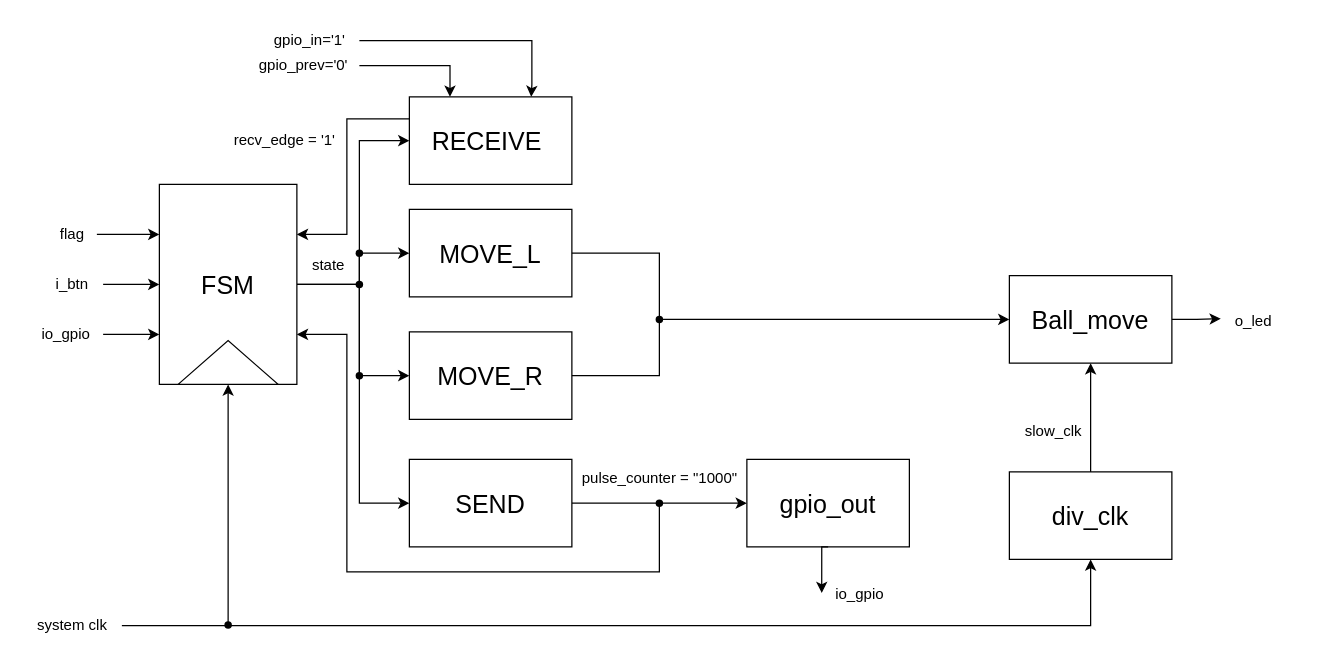
The draw.io diagram page "架構圖" (4 of 4) of 第九題.drawio in wsy0331/SOC_Lab_Exercises, before the edit. Source tidied: cells renumbered, new cells numbered last; positions are measured from the earlier drawing's top-left corner, leaving out a move shared by most shapes. Both pictures are drawn from the tidied source at 125%, with x=0, y=0 at pixel (21, 21).
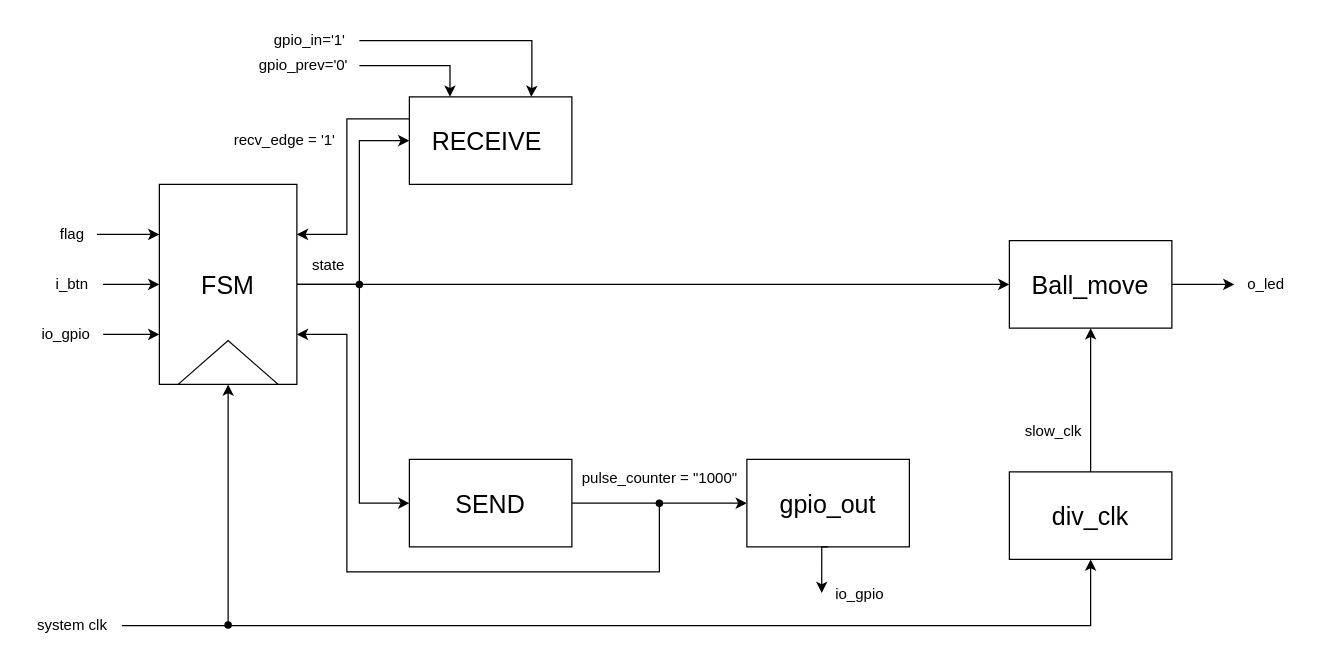
After the change.

Unchanged cells that the change refers to:
```xml
<mxCell id="22" style="shape=waypoint;sketch=0;size=6;points=[];fillColor=none;perimeter=centerPerimeter;snapToPoint=1;" parent="1" vertex="1">
  <mxGeometry x="260" y="200" width="20" height="20" as="geometry" />
</mxCell>
```

Diff of the diagram source:
```diff
@@
-    <mxCell id="11" style="edgeStyle=orthogonalEdgeStyle;rounded=0;jettySize=auto;html=1;entryX=-0.017;entryY=0.414;entryDx=0;entryDy=0;entryPerimeter=0;" parent="1" edge="1" source="12" target="13">
+    <mxCell id="11" style="edgeStyle=orthogonalEdgeStyle;rounded=0;jettySize=auto;html=1;exitX=1;exitY=0.5;exitDx=0;exitDy=0;" parent="1" edge="1" source="12" target="13">
       <mxGeometry relative="1" as="geometry" />
     </mxCell>
     <mxCell id="12" value="&lt;span style=&quot;font-size: 20px;&quot;&gt;Ball_move&lt;/span&gt;" style="rounded=0;whiteSpace=wrap;html=1;" parent="1" vertex="1">
-      <mxGeometry x="790" y="203" width="130" height="70" as="geometry" />
+      <mxGeometry x="790" y="175" width="130" height="70" as="geometry" />
     </mxCell>
     <mxCell id="13" value="o_led" style="text;html=1;align=center;verticalAlign=middle;points=[];strokeColor=none;fillColor=none;" parent="1" vertex="1">
-      <mxGeometry x="960" y="225" width="50" height="30" as="geometry" />
+      <mxGeometry x="970" y="195" width="50" height="30" as="geometry" />
     </mxCell>
@@
-    <mxCell id="20" style="edgeStyle=orthogonalEdgeStyle;rounded=0;jettySize=auto;html=1;" parent="1" edge="1" source="22" target="27">
-      <mxGeometry relative="1" as="geometry">
-        <Array as="points">
-          <mxPoint x="270" y="185" />
-        </Array>
-      </mxGeometry>
-    </mxCell>
-    <mxCell id="21" style="edgeStyle=orthogonalEdgeStyle;rounded=0;jettySize=auto;html=1;entryX=0;entryY=0.5;entryDx=0;entryDy=0;" parent="1" edge="1" source="32" target="29">
-      <mxGeometry relative="1" as="geometry">
-        <Array as="points">
-          <mxPoint x="270" y="283" />
-        </Array>
-      </mxGeometry>
-    </mxCell>
+    <mxCell id="50" style="edgeStyle=orthogonalEdgeStyle;rounded=0;jettySize=auto;html=1;entryX=0;entryY=0.5;entryDx=0;entryDy=0;" parent="1" edge="1" source="22" target="12">
+      <mxGeometry relative="1" as="geometry" />
+    </mxCell>
@@
-    <mxCell id="27" value="&lt;span style=&quot;text-wrap-mode: nowrap;&quot;&gt;&lt;font style=&quot;font-size: 20px;&quot;&gt;MOVE_L&lt;/font&gt;&lt;/span&gt;" style="rounded=0;whiteSpace=wrap;html=1;" parent="1" vertex="1">
-      <mxGeometry x="310" y="150" width="130" height="70" as="geometry" />
-    </mxCell>
-    <mxCell id="28" style="edgeStyle=orthogonalEdgeStyle;rounded=0;jettySize=auto;html=1;exitDx=0;exitDy=0;entryX=0;entryY=0.5;entryDx=0;entryDy=0;" parent="1" edge="1" source="35" target="12">
-      <mxGeometry relative="1" as="geometry" />
-    </mxCell>
-    <mxCell id="29" value="&lt;span style=&quot;text-wrap-mode: nowrap;&quot;&gt;&lt;font style=&quot;font-size: 20px;&quot;&gt;MOVE_R&lt;/font&gt;&lt;/span&gt;" style="rounded=0;whiteSpace=wrap;html=1;" parent="1" vertex="1">
-      <mxGeometry x="310" y="248" width="130" height="70" as="geometry" />
-    </mxCell>
-    <mxCell id="30" style="shape=waypoint;sketch=0;size=6;fillColor=none;perimeter=centerPerimeter;" parent="1" vertex="1">
-      <mxGeometry x="260" y="175" width="20" height="20" as="geometry" />
-    </mxCell>
-    <mxCell id="31" style="edgeStyle=orthogonalEdgeStyle;rounded=0;jettySize=auto;html=1;entryDx=0;entryDy=0;endArrow=none;startFill=0;" parent="1" edge="1" source="22" target="32">
-      <mxGeometry relative="1" as="geometry" />
-    </mxCell>
-    <mxCell id="32" style="shape=waypoint;sketch=0;size=6;points=[];fillColor=none;perimeter=centerPerimeter;snapToPoint=1;" parent="1" vertex="1">
-      <mxGeometry x="260" y="273" width="20" height="20" as="geometry" />
-    </mxCell>
-    <mxCell id="33" style="edgeStyle=orthogonalEdgeStyle;rounded=0;jettySize=auto;html=1;exitX=1;exitY=0.5;exitDx=0;exitDy=0;endArrow=none;startFill=0;" parent="1" edge="1" source="27" target="35">
-      <mxGeometry relative="1" as="geometry">
-        <Array as="points">
-          <mxPoint x="510" y="185" />
-        </Array>
-      </mxGeometry>
-    </mxCell>
-    <mxCell id="34" style="edgeStyle=orthogonalEdgeStyle;rounded=0;jettySize=auto;html=1;exitX=1;exitY=0.5;exitDx=0;exitDy=0;entryDx=0;entryDy=0;endArrow=none;startFill=0;" parent="1" edge="1" source="29" target="35">
-      <mxGeometry relative="1" as="geometry">
-        <Array as="points">
-          <mxPoint x="510" y="283" />
-        </Array>
-      </mxGeometry>
-    </mxCell>
-    <mxCell id="35" style="shape=waypoint;sketch=0;size=6;points=[];fillColor=none;perimeter=centerPerimeter;snapToPoint=1;" parent="1" vertex="1">
-      <mxGeometry x="500" y="228" width="20" height="20" as="geometry" />
-    </mxCell>
```
